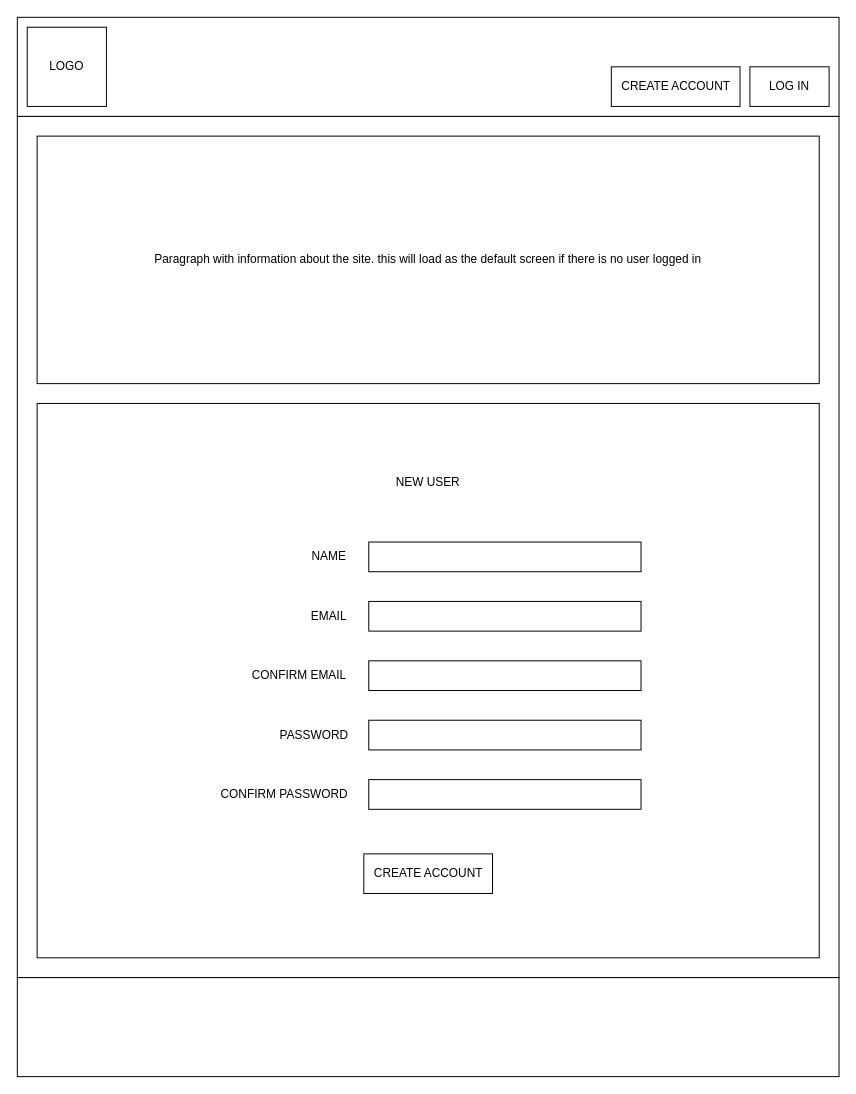
Above: bmxparksorg.drawio in forrestmorrison/bmxparksorg (draw.io), before the change. Source tidied: cells renumbered, new cells numbered last; positions are measured from the earlier drawing's top-left corner, leaving out a move shared by most shapes. Both pictures are drawn from the tidied source at 99%, with x=0, y=0 at pixel (17, 17).
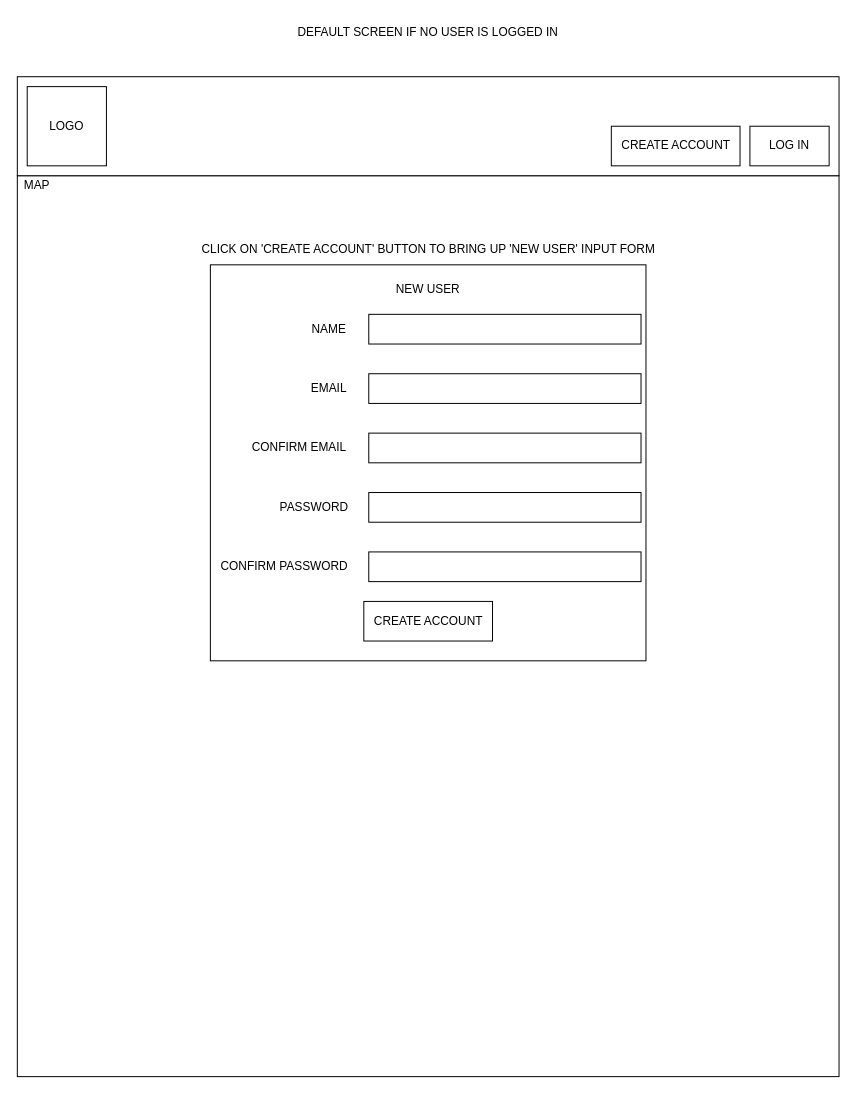
Above is the later version.

Commit message:
default screen if no user is logged in

The edit, as a diff of the source:
```diff
@@
     <mxCell id="2" style="rounded=0;whiteSpace=wrap;html=1;" parent="1" vertex="1">
-      <mxGeometry y="100" width="830" height="870" as="geometry" />
+      <mxGeometry y="160" width="830" height="910" as="geometry" />
     </mxCell>
-    <mxCell id="3" style="rounded=0;whiteSpace=wrap;html=1;" parent="1" vertex="1">
-      <mxGeometry y="970" width="830" height="100" as="geometry" />
-    </mxCell>
     <mxCell id="4" style="rounded=0;whiteSpace=wrap;html=1;" parent="1" vertex="1">
-      <mxGeometry width="830" height="100" as="geometry" />
+      <mxGeometry y="60" width="830" height="100" as="geometry" />
     </mxCell>
     <mxCell id="5" style="whiteSpace=wrap;html=1;" parent="1" vertex="1">
-      <mxGeometry x="10" y="10" width="80" height="80" as="geometry" />
+      <mxGeometry x="10" y="70" width="80" height="80" as="geometry" />
     </mxCell>
     <mxCell id="6" value="LOGO" style="text;html=1;strokeColor=none;fillColor=none;align=center;verticalAlign=middle;whiteSpace=wrap;rounded=0;" parent="1" vertex="1">
-      <mxGeometry x="20" y="35" width="60" height="30" as="geometry" />
+      <mxGeometry x="20" y="95" width="60" height="30" as="geometry" />
     </mxCell>
     <mxCell id="7" style="rounded=0;whiteSpace=wrap;html=1;" parent="1" vertex="1">
-      <mxGeometry x="740" y="50" width="80" height="40" as="geometry" />
+      <mxGeometry x="740" y="110" width="80" height="40" as="geometry" />
     </mxCell>
     <mxCell id="8" value="LOG IN" style="text;html=1;strokeColor=none;fillColor=none;align=center;verticalAlign=middle;whiteSpace=wrap;rounded=0;" parent="1" vertex="1">
-      <mxGeometry x="755" y="60" width="50" height="20" as="geometry" />
+      <mxGeometry x="755" y="120" width="50" height="20" as="geometry" />
     </mxCell>
     <mxCell id="9" style="rounded=0;whiteSpace=wrap;html=1;" parent="1" vertex="1">
-      <mxGeometry x="600" y="50" width="130" height="40" as="geometry" />
+      <mxGeometry x="600" y="110" width="130" height="40" as="geometry" />
     </mxCell>
     <mxCell id="10" value="CREATE ACCOUNT" style="text;html=1;strokeColor=none;fillColor=none;align=center;verticalAlign=middle;whiteSpace=wrap;rounded=0;" parent="1" vertex="1">
-      <mxGeometry x="607.5" y="60" width="115" height="20" as="geometry" />
+      <mxGeometry x="607.5" y="120" width="115" height="20" as="geometry" />
     </mxCell>
-    <mxCell id="11" style="rounded=0;whiteSpace=wrap;html=1;" parent="1" vertex="1">
-      <mxGeometry x="20" y="120" width="790" height="250" as="geometry" />
-    </mxCell>
-    <mxCell id="12" value="Paragraph with information about the site. this will load as the default screen if there is no user logged in" style="text;html=1;strokeColor=none;fillColor=none;align=center;verticalAlign=middle;whiteSpace=wrap;rounded=0;" parent="1" vertex="1">
-      <mxGeometry x="130" y="230" width="570" height="30" as="geometry" />
-    </mxCell>
     <mxCell id="13" style="rounded=0;whiteSpace=wrap;html=1;" parent="1" vertex="1">
-      <mxGeometry x="20" y="390" width="790" height="560" as="geometry" />
+      <mxGeometry x="195" y="250" width="440" height="400" as="geometry" />
     </mxCell>
     <mxCell id="14" value="NEW USER" style="text;html=1;strokeColor=none;fillColor=none;align=center;verticalAlign=middle;whiteSpace=wrap;rounded=0;" parent="1" vertex="1">
-      <mxGeometry x="365" y="455" width="100" height="30" as="geometry" />
+      <mxGeometry x="365" y="260" width="100" height="30" as="geometry" />
     </mxCell>
     <mxCell id="15" style="rounded=0;whiteSpace=wrap;html=1;" parent="1" vertex="1">
-      <mxGeometry x="355" y="530" width="275" height="30" as="geometry" />
+      <mxGeometry x="355" y="300" width="275" height="30" as="geometry" />
     </mxCell>
     <mxCell id="16" style="rounded=0;whiteSpace=wrap;html=1;" parent="1" vertex="1">
-      <mxGeometry x="355" y="590" width="275" height="30" as="geometry" />
+      <mxGeometry x="355" y="360" width="275" height="30" as="geometry" />
     </mxCell>
     <mxCell id="17" style="rounded=0;whiteSpace=wrap;html=1;" parent="1" vertex="1">
-      <mxGeometry x="355" y="650" width="275" height="30" as="geometry" />
+      <mxGeometry x="355" y="420" width="275" height="30" as="geometry" />
     </mxCell>
     <mxCell id="18" style="rounded=0;whiteSpace=wrap;html=1;" parent="1" vertex="1">
-      <mxGeometry x="355" y="710" width="275" height="30" as="geometry" />
+      <mxGeometry x="355" y="480" width="275" height="30" as="geometry" />
     </mxCell>
     <mxCell id="19" value="NAME" style="text;html=1;strokeColor=none;fillColor=none;align=center;verticalAlign=middle;whiteSpace=wrap;rounded=0;" parent="1" vertex="1">
-      <mxGeometry x="290" y="530" width="50" height="30" as="geometry" />
+      <mxGeometry x="290" y="300" width="50" height="30" as="geometry" />
     </mxCell>
     <mxCell id="20" value="EMAIL" style="text;html=1;strokeColor=none;fillColor=none;align=center;verticalAlign=middle;whiteSpace=wrap;rounded=0;" parent="1" vertex="1">
-      <mxGeometry x="290" y="590" width="50" height="30" as="geometry" />
+      <mxGeometry x="290" y="360" width="50" height="30" as="geometry" />
     </mxCell>
     <mxCell id="21" value="CONFIRM EMAIL" style="text;html=1;strokeColor=none;fillColor=none;align=center;verticalAlign=middle;whiteSpace=wrap;rounded=0;" parent="1" vertex="1">
-      <mxGeometry x="230" y="650" width="110" height="30" as="geometry" />
+      <mxGeometry x="230" y="420" width="110" height="30" as="geometry" />
     </mxCell>
     <mxCell id="22" value="PASSWORD" style="text;html=1;strokeColor=none;fillColor=none;align=center;verticalAlign=middle;whiteSpace=wrap;rounded=0;" parent="1" vertex="1">
-      <mxGeometry x="260" y="710" width="80" height="30" as="geometry" />
+      <mxGeometry x="260" y="480" width="80" height="30" as="geometry" />
     </mxCell>
     <mxCell id="23" style="rounded=0;whiteSpace=wrap;html=1;" parent="1" vertex="1">
-      <mxGeometry x="355" y="770" width="275" height="30" as="geometry" />
+      <mxGeometry x="355" y="540" width="275" height="30" as="geometry" />
     </mxCell>
     <mxCell id="24" value="CONFIRM PASSWORD" style="text;html=1;strokeColor=none;fillColor=none;align=center;verticalAlign=middle;whiteSpace=wrap;rounded=0;" parent="1" vertex="1">
-      <mxGeometry x="200" y="770" width="140" height="30" as="geometry" />
+      <mxGeometry x="200" y="540" width="140" height="30" as="geometry" />
     </mxCell>
     <mxCell id="25" style="rounded=0;whiteSpace=wrap;html=1;" parent="1" vertex="1">
-      <mxGeometry x="350" y="845" width="130" height="40" as="geometry" />
+      <mxGeometry x="350" y="590" width="130" height="40" as="geometry" />
     </mxCell>
     <mxCell id="26" value="CREATE ACCOUNT" style="text;html=1;strokeColor=none;fillColor=none;align=center;verticalAlign=middle;whiteSpace=wrap;rounded=0;" parent="1" vertex="1">
-      <mxGeometry x="357.5" y="855" width="115" height="20" as="geometry" />
+      <mxGeometry x="357.5" y="600" width="115" height="20" as="geometry" />
     </mxCell>
+    <mxCell id="27" value="CLICK ON 'CREATE ACCOUNT' BUTTON TO BRING UP 'NEW USER' INPUT FORM" style="text;html=1;strokeColor=none;fillColor=none;align=center;verticalAlign=middle;whiteSpace=wrap;rounded=0;" parent="1" vertex="1">
+      <mxGeometry x="178" y="220" width="475" height="30" as="geometry" />
+    </mxCell>
+    <mxCell id="28" value="DEFAULT SCREEN IF NO USER IS LOGGED IN" style="text;html=1;strokeColor=none;fillColor=none;align=center;verticalAlign=middle;whiteSpace=wrap;rounded=0;" parent="1" vertex="1">
+      <mxGeometry x="275" width="280" height="30" as="geometry" />
+    </mxCell>
+    <mxCell id="29" value="MAP" style="text;html=1;strokeColor=none;fillColor=none;align=center;verticalAlign=middle;whiteSpace=wrap;rounded=0;" parent="1" vertex="1">
+      <mxGeometry y="160" width="40" height="20" as="geometry" />
+    </mxCell>
```
